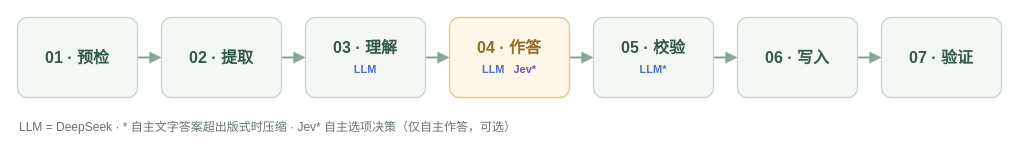
This is docs/architecture/workflow.drawio from luoshuai990529/docflow, a draw.io file, before an edit. Source tidied: cells renumbered, new cells numbered last; positions are measured from the earlier drawing's top-left corner, leaving out a move shared by most shapes. Both pictures are drawn from the tidied source at 100%, with x=0, y=0 at pixel (17, 17).
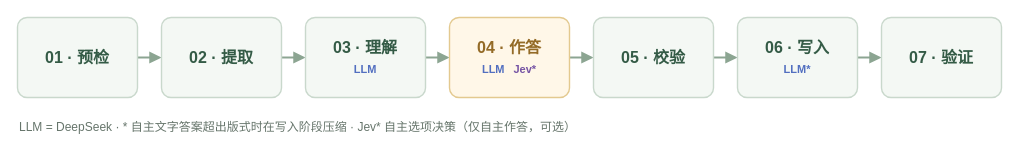
The same diagram, later.

Change to the diagram source:
```diff
@@
 <mxGraphModel>
   <root>
     <mxCell id="0" />
     <mxCell id="1" parent="0" />
     <mxCell id="2" style="edgeStyle=none;html=1;strokeWidth=2;strokeColor=#8CA592;endArrow=block;endSize=7;endFill=1;exitX=1;exitY=0.5;exitDx=0;exitDy=0;entryX=0;entryY=0.5;entryDx=0;entryDy=0;" parent="1" edge="1" source="8" target="9">
       <mxGeometry relative="1" as="geometry" />
     </mxCell>
     <mxCell id="3" style="edgeStyle=none;html=1;strokeWidth=2;strokeColor=#8CA592;endArrow=block;endSize=7;endFill=1;exitX=1;exitY=0.5;exitDx=0;exitDy=0;entryX=0;entryY=0.5;entryDx=0;entryDy=0;" parent="1" edge="1" source="9" target="10">
       <mxGeometry relative="1" as="geometry" />
     </mxCell>
     <mxCell id="4" style="edgeStyle=none;html=1;strokeWidth=2;strokeColor=#8CA592;endArrow=block;endSize=7;endFill=1;exitX=1;exitY=0.5;exitDx=0;exitDy=0;entryX=0;entryY=0.5;entryDx=0;entryDy=0;" parent="1" edge="1" source="10" target="11">
       <mxGeometry relative="1" as="geometry" />
     </mxCell>
     <mxCell id="5" style="edgeStyle=none;html=1;strokeWidth=2;strokeColor=#8CA592;endArrow=block;endSize=7;endFill=1;exitX=1;exitY=0.5;exitDx=0;exitDy=0;entryX=0;entryY=0.5;entryDx=0;entryDy=0;" parent="1" edge="1" source="11" target="12">
       <mxGeometry relative="1" as="geometry" />
     </mxCell>
     <mxCell id="6" style="edgeStyle=none;html=1;strokeWidth=2;strokeColor=#8CA592;endArrow=block;endSize=7;endFill=1;exitX=1;exitY=0.5;exitDx=0;exitDy=0;entryX=0;entryY=0.5;entryDx=0;entryDy=0;" parent="1" edge="1" source="12" target="13">
       <mxGeometry relative="1" as="geometry" />
     </mxCell>
     <mxCell id="7" style="edgeStyle=none;html=1;strokeWidth=2;strokeColor=#8CA592;endArrow=block;endSize=7;endFill=1;exitX=1;exitY=0.5;exitDx=0;exitDy=0;entryX=0;entryY=0.5;entryDx=0;entryDy=0;" parent="1" edge="1" source="13" target="14">
       <mxGeometry relative="1" as="geometry" />
     </mxCell>
     <mxCell id="8" value="01 · 预检" style="rounded=1;arcSize=12;whiteSpace=wrap;html=1;fillColor=#F4F8F4;strokeColor=#C9D8CC;strokeWidth=1.4;shadow=0;align=center;verticalAlign=middle;spacing=8;fontFamily=PingFang SC;fontSize=16;fontStyle=1;fontColor=#345B46;" parent="1" vertex="1">
       <mxGeometry width="120" height="80" as="geometry" />
     </mxCell>
     <mxCell id="9" value="02 · 提取" style="rounded=1;arcSize=12;whiteSpace=wrap;html=1;fillColor=#F4F8F4;strokeColor=#C9D8CC;strokeWidth=1.4;shadow=0;align=center;verticalAlign=middle;spacing=8;fontFamily=PingFang SC;fontSize=16;fontStyle=1;fontColor=#345B46;" parent="1" vertex="1">
       <mxGeometry x="144" width="120" height="80" as="geometry" />
     </mxCell>
     <mxCell id="10" value="03 · 理解&lt;br&gt;&lt;font color=&quot;#526FC0&quot; style=&quot;font-size:11px&quot;&gt;&lt;b&gt;LLM&lt;/b&gt;&lt;/font&gt;" style="rounded=1;arcSize=12;whiteSpace=wrap;html=1;fillColor=#F4F8F4;strokeColor=#C9D8CC;strokeWidth=1.4;shadow=0;align=center;verticalAlign=middle;spacing=8;fontFamily=PingFang SC;fontSize=16;fontStyle=1;fontColor=#345B46;" parent="1" vertex="1">
       <mxGeometry x="288" width="120" height="80" as="geometry" />
     </mxCell>
     <mxCell id="11" value="04 · 作答&lt;br&gt;&lt;font color=&quot;#526FC0&quot; style=&quot;font-size:11px&quot;&gt;&lt;b&gt;LLM&lt;/b&gt;&lt;/font&gt;&amp;nbsp;&amp;nbsp;&lt;font color=&quot;#7654A4&quot; style=&quot;font-size:11px&quot;&gt;&lt;b&gt;Jev*&lt;/b&gt;&lt;/font&gt;" style="rounded=1;arcSize=12;whiteSpace=wrap;html=1;fillColor=#FFF7E8;strokeColor=#E3C98F;strokeWidth=1.4;shadow=0;align=center;verticalAlign=middle;spacing=8;fontFamily=PingFang SC;fontSize=16;fontStyle=1;fontColor=#946B27;" parent="1" vertex="1">
       <mxGeometry x="432" width="120" height="80" as="geometry" />
     </mxCell>
-    <mxCell id="12" value="05 · 校验&lt;br&gt;&lt;font color=&quot;#526FC0&quot; style=&quot;font-size:11px&quot;&gt;&lt;b&gt;LLM*&lt;/b&gt;&lt;/font&gt;" style="rounded=1;arcSize=12;whiteSpace=wrap;html=1;fillColor=#F4F8F4;strokeColor=#C9D8CC;strokeWidth=1.4;shadow=0;align=center;verticalAlign=middle;spacing=8;fontFamily=PingFang SC;fontSize=16;fontStyle=1;fontColor=#345B46;" parent="1" vertex="1">
+    <mxCell id="12" value="05 · 校验" style="rounded=1;arcSize=12;whiteSpace=wrap;html=1;fillColor=#F4F8F4;strokeColor=#C9D8CC;strokeWidth=1.4;shadow=0;align=center;verticalAlign=middle;spacing=8;fontFamily=PingFang SC;fontSize=16;fontStyle=1;fontColor=#345B46;" parent="1" vertex="1">
       <mxGeometry x="576" width="120" height="80" as="geometry" />
     </mxCell>
-    <mxCell id="13" value="06 · 写入" style="rounded=1;arcSize=12;whiteSpace=wrap;html=1;fillColor=#F4F8F4;strokeColor=#C9D8CC;strokeWidth=1.4;shadow=0;align=center;verticalAlign=middle;spacing=8;fontFamily=PingFang SC;fontSize=16;fontStyle=1;fontColor=#345B46;" parent="1" vertex="1">
+    <mxCell id="13" value="06 · 写入&lt;br&gt;&lt;font color=&quot;#526FC0&quot; style=&quot;font-size:11px&quot;&gt;&lt;b&gt;LLM*&lt;/b&gt;&lt;/font&gt;" style="rounded=1;arcSize=12;whiteSpace=wrap;html=1;fillColor=#F4F8F4;strokeColor=#C9D8CC;strokeWidth=1.4;shadow=0;align=center;verticalAlign=middle;spacing=8;fontFamily=PingFang SC;fontSize=16;fontStyle=1;fontColor=#345B46;" parent="1" vertex="1">
       <mxGeometry x="720" width="120" height="80" as="geometry" />
     </mxCell>
     <mxCell id="14" value="07 · 验证" style="rounded=1;arcSize=12;whiteSpace=wrap;html=1;fillColor=#F4F8F4;strokeColor=#C9D8CC;strokeWidth=1.4;shadow=0;align=center;verticalAlign=middle;spacing=8;fontFamily=PingFang SC;fontSize=16;fontStyle=1;fontColor=#345B46;" parent="1" vertex="1">
       <mxGeometry x="864" width="120" height="80" as="geometry" />
     </mxCell>
-    <mxCell id="15" value="LLM = DeepSeek · * 自主文字答案超出版式时压缩 · Jev* 自主选项决策（仅自主作答，可选）" style="text;html=1;align=left;verticalAlign=middle;whiteSpace=wrap;fontFamily=PingFang SC;fontSize=12;fontColor=#66756B;" parent="1" vertex="1">
+    <mxCell id="15" value="LLM = DeepSeek · * 自主文字答案超出版式时在写入阶段压缩 · Jev* 自主选项决策（仅自主作答，可选）" style="text;html=1;align=left;verticalAlign=middle;whiteSpace=wrap;fontFamily=PingFang SC;fontSize=12;fontColor=#66756B;" parent="1" vertex="1">
       <mxGeometry y="100" width="984" height="20" as="geometry" />
     </mxCell>
   </root>
 </mxGraphModel>
```
